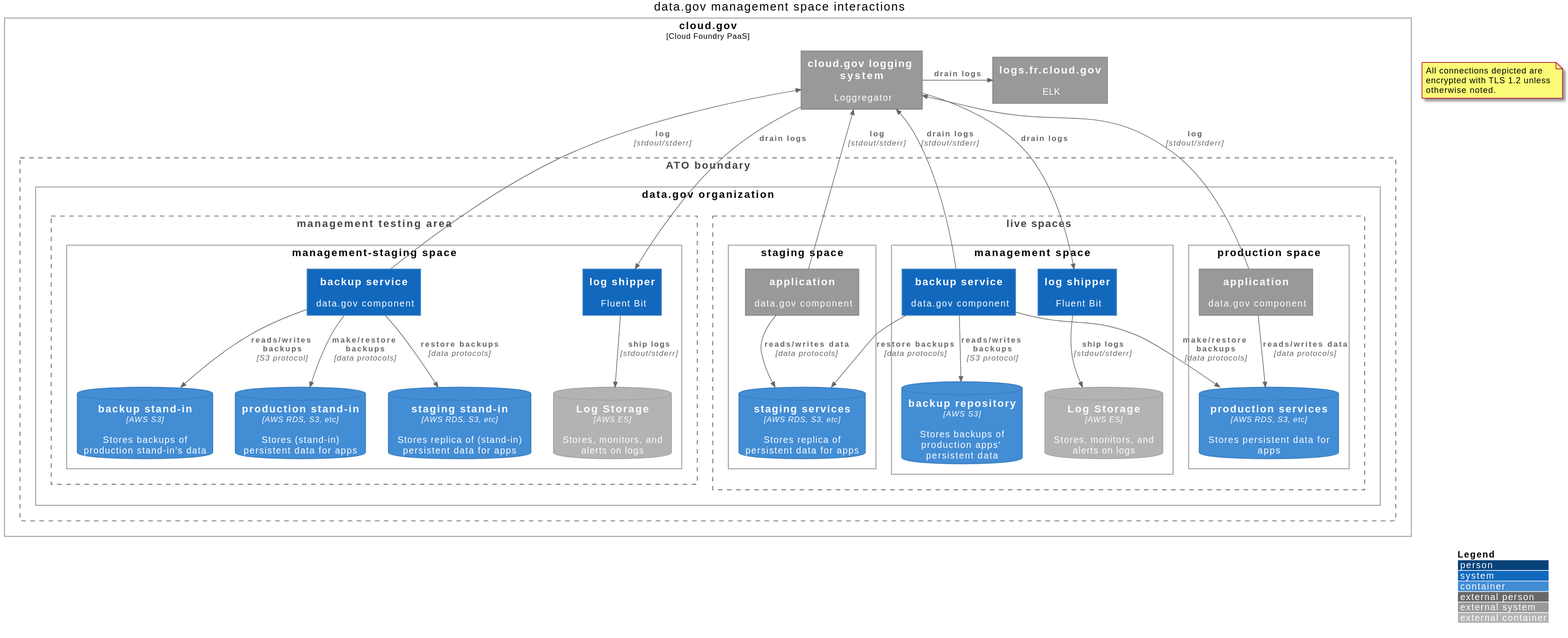
This is out/management-space/data.gov management space interactions.svg from GSA/datagov-compliance, a PlantUML export, as it was before one commit.
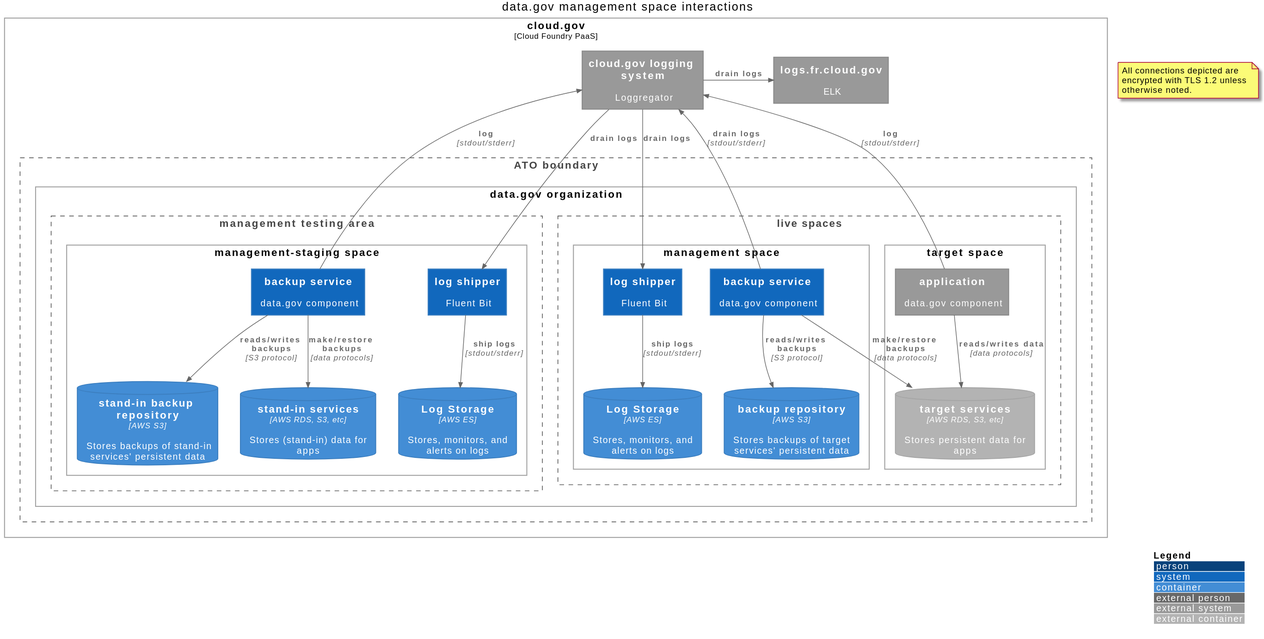
After the change.

Commit message:
Replace separate staging and production space boundaries with "target space"

The edit, as a diff of the source:
```diff
@@ -14,45 +14,36 @@
                 Deployment_Node(ms_space, "management-staging space") {
                     System(ms_dumper, "backup service", "data.gov component")
                     System(ms_drain, "log shipper", "Fluent Bit")
-                    ContainerDb_Ext(ms_es_logs, "Log Storage", "AWS ES", "Stores, monitors, and alerts on logs")
-                    ContainerDb(ms_services, "production stand-in", "AWS RDS, S3, etc", "Stores (stand-in) persistent data for apps")
-                    ContainerDb(ms_replica_services, "staging stand-in", "AWS RDS, S3, etc", "Stores replica of (stand-in) persistent data for apps")
-                    ContainerDb(ms_backups, "backup stand-in", "AWS S3", "Stores backups of production stand-in's data")
+                    ContainerDb(ms_es_logs, "Log Storage", "AWS ES", "Stores, monitors, and alerts on logs")
+                    ContainerDb(ms_services, "stand-in services", "AWS RDS, S3, etc", "Stores (stand-in) data for apps")
+                    ContainerDb(ms_backups, "stand-in backup repository", "AWS S3", "Stores backups of stand-in services' persistent data")
                 }
             }
             Boundary(ms_prod_boundary, "live spaces") {
-                Deployment_Node(staging_space, "staging space") {
-                    System_Ext(staging_app, "application", "data.gov component")
-                    ContainerDb(staging_services, "staging services", "AWS RDS, S3, etc", "Stores replica of persistent data for apps")
-                }
                 Deployment_Node(management_space, "management space") {
                     System(management_dumper, "backup service", "data.gov component")
-                    ContainerDb(manangement_backups, "backup repository", "AWS S3", "Stores backups of production apps' persistent data")
+                    ContainerDb(manangement_backups, "backup repository", "AWS S3", "Stores backups of target services' persistent data")
                     System(management_drain, "log shipper", "Fluent Bit")
-                    ContainerDb_Ext(es_logs, "Log Storage", "AWS ES", "Stores, monitors, and alerts on logs")
+                    ContainerDb(es_logs, "Log Storage", "AWS ES", "Stores, monitors, and alerts on logs")
                 }
-                Deployment_Node(production_space, "production space") {
-                    System_Ext(production_app, "application", "data.gov component")
-                    ContainerDb(production_services, "production services", "AWS RDS, S3, etc", "Stores persistent data for apps")
+                Deployment_Node(target_space, "target space") {
+                    System_Ext(target_app, "application", "data.gov component")
+                    ContainerDb_Ext(target_services, "target services", "AWS RDS, S3, etc", "Stores persistent data for apps")
                 }
             }
         }
     }
 }
 
-Rel(staging_app, staging_services, "reads/writes data", "data protocols")
-Rel(production_app, production_services, "reads/writes data", "data protocols")
+Rel(target_app, target_services, "reads/writes data", "data protocols")
 
-Rel(ms_dumper, ms_replica_services, "restore backups", "data protocols")
 Rel(ms_dumper, ms_backups, "reads/writes backups", "S3 protocol")
 Rel(ms_dumper, ms_services, "make/restore backups", "data protocols")
 Rel(management_dumper, manangement_backups, "reads/writes backups", "S3 protocol")
-Rel(management_dumper, production_services, "make/restore backups", "data protocols")
-Rel(management_dumper, staging_services, "restore backups", "data protocols")
+Rel(management_dumper, target_services, "make/restore backups", "data protocols")
 
 Rel_Up(management_dumper, cloudgov_loggregator, "drain logs", "stdout/stderr")
-Rel_Up(staging_app, cloudgov_loggregator, "log", "stdout/stderr")
-Rel_Up(production_app, cloudgov_loggregator, "log", "stdout/stderr")
+Rel_Up(target_app, cloudgov_loggregator, "log", "stdout/stderr")
 Rel_Up(ms_dumper, cloudgov_loggregator, "log", "stdout/stderr")
 
 
```
